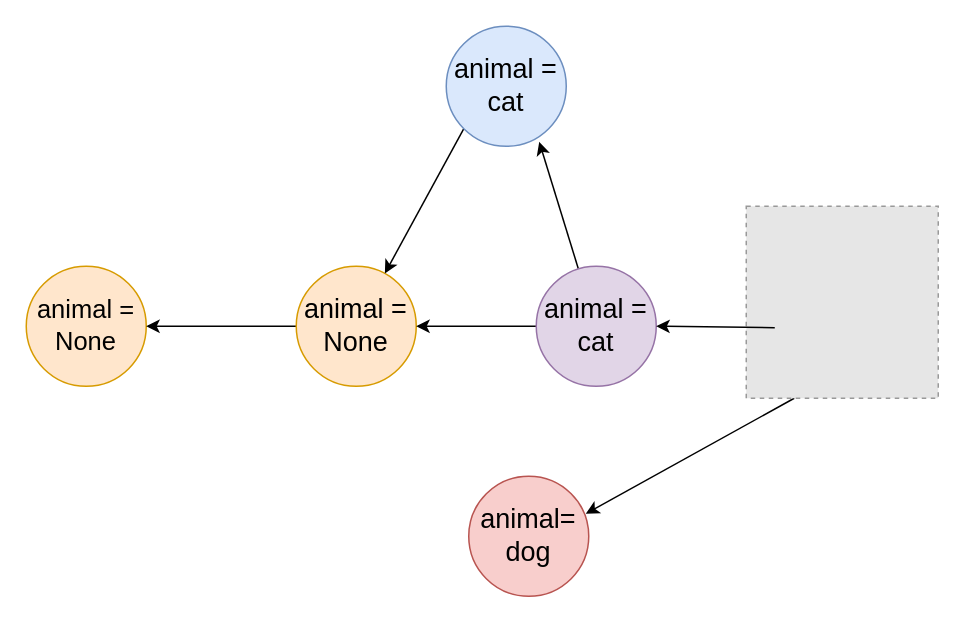
klieret/collaborative-programming-github keeps this draw.io diagram as figure_sources/merge_conflict.drawio. Above is the earlier version. Source tidied: cells renumbered, new cells numbered last; positions are measured from the earlier drawing's top-left corner, leaving out a move shared by most shapes. Both pictures are drawn from the tidied source at 150%, with x=0, y=0 at pixel (26, 26). Pictures stored in the file or linked from it are replaced by grey dashed boxes.
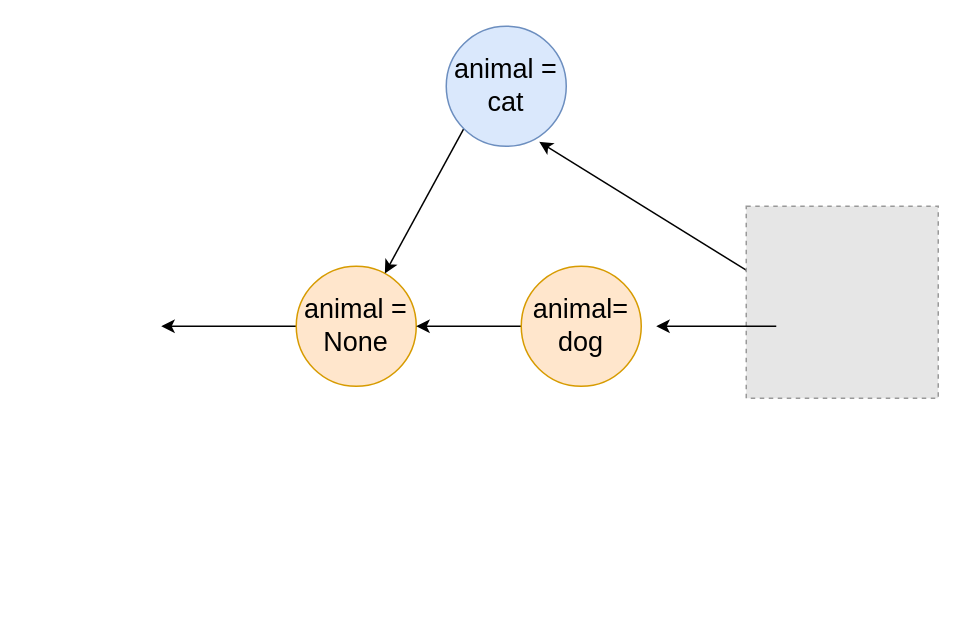
The same diagram, later.

Commit message (it also covers changes not shown here):
Custom figures & local merge conflict

Diff of the diagram source:
```diff
@@
 <mxGraphModel>
   <root>
     <mxCell id="0" />
     <mxCell id="1" parent="0" />
-    <mxCell id="2" value="&lt;font style=&quot;font-size: 17px;&quot;&gt;animal = None&lt;br&gt;&lt;/font&gt;" style="ellipse;whiteSpace=wrap;html=1;fillColor=#ffe6cc;strokeColor=#d79b00;" parent="1" vertex="1">
-      <mxGeometry y="160" width="80" height="80" as="geometry" />
-    </mxCell>
-    <mxCell id="3" style="edgeStyle=none;rounded=0;jettySize=auto;html=1;exitX=0;exitY=0.5;exitDx=0;exitDy=0;fontSize=18;" parent="1" edge="1" source="4" target="2">
-      <mxGeometry relative="1" as="geometry" />
-    </mxCell>
+    <mxCell id="14" style="edgeStyle=none;rounded=0;jettySize=auto;html=1;exitX=0;exitY=0.5;exitDx=0;exitDy=0;" parent="1" edge="1" source="4">
+      <mxGeometry relative="1" as="geometry">
+        <mxPoint x="90" y="200" as="targetPoint" />
+      </mxGeometry>
+    </mxCell>
     <mxCell id="4" value="&lt;font style=&quot;font-size: 18px;&quot;&gt;animal = None&lt;br&gt;&lt;/font&gt;" style="ellipse;whiteSpace=wrap;html=1;fillColor=#ffe6cc;strokeColor=#d79b00;" parent="1" vertex="1">
       <mxGeometry x="180" y="160" width="80" height="80" as="geometry" />
     </mxCell>
-    <mxCell id="5" style="edgeStyle=none;rounded=0;jettySize=auto;html=1;exitX=0;exitY=0.5;exitDx=0;exitDy=0;fontSize=18;" parent="1" edge="1" source="7" target="4">
-      <mxGeometry relative="1" as="geometry" />
-    </mxCell>
-    <mxCell id="6" style="edgeStyle=none;rounded=0;jettySize=auto;html=1;entryX=0.775;entryY=0.963;entryDx=0;entryDy=0;entryPerimeter=0;fontSize=18;" parent="1" edge="1" source="7" target="9">
-      <mxGeometry relative="1" as="geometry" />
+    <mxCell id="6" style="edgeStyle=none;rounded=0;jettySize=auto;html=1;entryX=0.775;entryY=0.963;entryDx=0;entryDy=0;entryPerimeter=0;fontSize=18;" parent="1" edge="1" target="9">
+      <mxGeometry relative="1" as="geometry">
+        <mxPoint x="508" y="180" as="sourcePoint" />
+      </mxGeometry>
     </mxCell>
-    <mxCell id="7" value="&lt;font style=&quot;font-size: 18px;&quot;&gt;animal = cat&lt;br&gt;&lt;/font&gt;" style="ellipse;whiteSpace=wrap;html=1;fillColor=#e1d5e7;strokeColor=#9673a6;" parent="1" vertex="1">
-      <mxGeometry x="340" y="160" width="80" height="80" as="geometry" />
-    </mxCell>
     <mxCell id="8" style="edgeStyle=none;rounded=0;jettySize=auto;html=1;exitX=0;exitY=1;exitDx=0;exitDy=0;fontSize=18;" parent="1" edge="1" source="9" target="4">
       <mxGeometry relative="1" as="geometry" />
     </mxCell>
     <mxCell id="9" value="&lt;font style=&quot;font-size: 18px;&quot;&gt;animal = cat&lt;br&gt;&lt;/font&gt;" style="ellipse;whiteSpace=wrap;html=1;fillColor=#dae8fc;strokeColor=#6c8ebf;" parent="1" vertex="1">
       <mxGeometry x="280" width="80" height="80" as="geometry" />
     </mxCell>
+    <mxCell id="15" style="edgeStyle=none;rounded=0;jettySize=auto;html=1;entryX=1;entryY=0.5;entryDx=0;entryDy=0;" parent="1" edge="1" source="10" target="4">
+      <mxGeometry relative="1" as="geometry" />
+    </mxCell>
-    <mxCell id="10" value="&lt;div&gt;animal=&lt;/div&gt;&lt;div&gt;dog&lt;/div&gt;" style="ellipse;whiteSpace=wrap;html=1;fillColor=#f8cecc;strokeColor=#b85450;fontSize=18;" parent="1" vertex="1">
-      <mxGeometry x="295" y="300" width="80" height="80" as="geometry" />
+    <mxCell id="10" value="&lt;div&gt;animal=&lt;/div&gt;&lt;div&gt;dog&lt;/div&gt;" style="ellipse;whiteSpace=wrap;html=1;fillColor=#ffe6cc;strokeColor=#d79b00;fontSize=18;" parent="1" vertex="1">
+      <mxGeometry x="330" y="160" width="80" height="80" as="geometry" />
     </mxCell>
-    <mxCell id="11" style="edgeStyle=none;rounded=0;jettySize=auto;html=1;exitX=0.25;exitY=1;exitDx=0;exitDy=0;entryX=0.975;entryY=0.313;entryDx=0;entryDy=0;entryPerimeter=0;fontSize=18;" parent="1" edge="1" source="12" target="10">
-      <mxGeometry relative="1" as="geometry" />
-    </mxCell>
     <mxCell id="12" style="fillColor=#E6E6E6;strokeColor=#999999;dashed=1;html=1;verticalAlign=top;verticalLabelPosition=bottom;labelBackgroundColor=#ffffff;fontSize=18;" parent="1" vertex="1">
       <mxGeometry x="480" y="120" width="128" height="128" as="geometry" />
     </mxCell>
-    <mxCell id="13" style="endArrow=classic;html=1;rounded=0;fontSize=18;entryX=1;entryY=0.5;entryDx=0;entryDy=0;" parent="1" edge="1" target="7">
+    <mxCell id="13" style="endArrow=classic;html=1;rounded=0;fontSize=18;entryX=1;entryY=0.5;entryDx=0;entryDy=0;" parent="1" edge="1">
       <mxGeometry relative="1" as="geometry">
-        <mxPoint x="499" y="201" as="sourcePoint" />
+        <mxPoint x="500" y="200" as="sourcePoint" />
+        <mxPoint x="420" y="200" as="targetPoint" />
       </mxGeometry>
     </mxCell>
   </root>
 </mxGraphModel>
```
